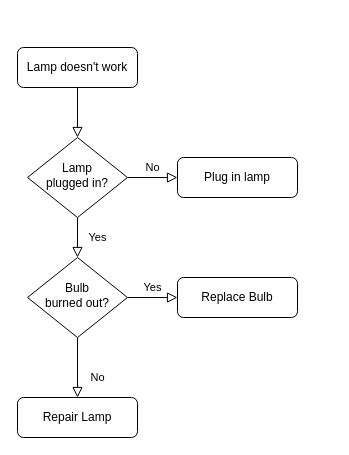
The draw.io diagram Untitled Diagram.drawio in Landau1994/learngit, before the edit. Source tidied: cells renumbered, new cells numbered last; positions are measured from the earlier drawing's top-left corner, leaving out a move shared by most shapes. Both pictures are drawn from the tidied source at 100%, with x=0, y=0 at pixel (17, 47).
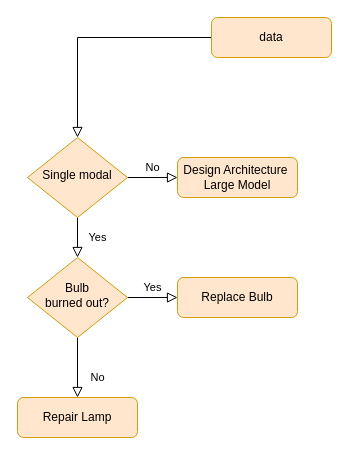
Above is the later version.

The edit, as a diff of the source:
```diff
@@
 <mxGraphModel>
   <root>
     <mxCell id="0" />
     <mxCell id="1" parent="0" />
     <mxCell id="2" style="rounded=0;html=1;jettySize=auto;fontSize=11;endArrow=block;endFill=0;endSize=8;strokeWidth=1;shadow=0;labelBackgroundColor=none;edgeStyle=orthogonalEdgeStyle;" parent="1" edge="1" source="3" target="6">
       <mxGeometry relative="1" as="geometry" />
     </mxCell>
-    <mxCell id="3" value="Lamp doesn't work" style="rounded=1;whiteSpace=wrap;html=1;fontSize=12;glass=0;strokeWidth=1;shadow=0;" parent="1" vertex="1">
-      <mxGeometry width="120" height="40" as="geometry" />
+    <mxCell id="3" value="data" style="rounded=1;whiteSpace=wrap;html=1;fontSize=12;glass=0;strokeWidth=1;shadow=0;fillColor=#ffe6cc;strokeColor=#d79b00;" parent="1" vertex="1">
+      <mxGeometry x="194" y="-30" width="120" height="40" as="geometry" />
     </mxCell>
     <mxCell id="4" value="Yes" style="rounded=0;html=1;jettySize=auto;fontSize=11;endArrow=block;endFill=0;endSize=8;strokeWidth=1;shadow=0;labelBackgroundColor=none;edgeStyle=orthogonalEdgeStyle;" parent="1" edge="1" source="6" target="10">
       <mxGeometry y="20" relative="1" as="geometry" />
     </mxCell>
     <mxCell id="5" value="No" style="edgeStyle=orthogonalEdgeStyle;rounded=0;html=1;jettySize=auto;fontSize=11;endArrow=block;endFill=0;endSize=8;strokeWidth=1;shadow=0;labelBackgroundColor=none;" parent="1" edge="1" source="6" target="7">
       <mxGeometry y="10" relative="1" as="geometry" />
     </mxCell>
-    <mxCell id="6" value="Lamp&lt;br&gt;plugged in?" style="rhombus;whiteSpace=wrap;html=1;shadow=0;fontFamily=Helvetica;fontSize=12;align=center;strokeWidth=1;spacing=6;spacingTop=-4;" parent="1" vertex="1">
+    <mxCell id="6" value="Single modal" style="rhombus;whiteSpace=wrap;html=1;shadow=0;fontFamily=Helvetica;fontSize=12;align=center;strokeWidth=1;spacing=6;spacingTop=-4;fillColor=#ffe6cc;strokeColor=#d79b00;" parent="1" vertex="1">
       <mxGeometry x="10" y="90" width="100" height="80" as="geometry" />
     </mxCell>
-    <mxCell id="7" value="Plug in lamp" style="rounded=1;whiteSpace=wrap;html=1;fontSize=12;glass=0;strokeWidth=1;shadow=0;" parent="1" vertex="1">
+    <mxCell id="7" value="Design Architecture&amp;nbsp;&lt;br&gt;Large Model" style="rounded=1;whiteSpace=wrap;html=1;fontSize=12;glass=0;strokeWidth=1;shadow=0;fillColor=#ffe6cc;strokeColor=#d79b00;" parent="1" vertex="1">
       <mxGeometry x="160" y="110" width="120" height="40" as="geometry" />
     </mxCell>
     <mxCell id="8" value="No" style="rounded=0;html=1;jettySize=auto;fontSize=11;endArrow=block;endFill=0;endSize=8;strokeWidth=1;shadow=0;labelBackgroundColor=none;edgeStyle=orthogonalEdgeStyle;" parent="1" edge="1" source="10" target="11">
       <mxGeometry x="0.33" y="20" relative="1" as="geometry" />
     </mxCell>
     <mxCell id="9" value="Yes" style="edgeStyle=orthogonalEdgeStyle;rounded=0;html=1;jettySize=auto;fontSize=11;endArrow=block;endFill=0;endSize=8;strokeWidth=1;shadow=0;labelBackgroundColor=none;" parent="1" edge="1" source="10" target="12">
       <mxGeometry y="10" relative="1" as="geometry" />
     </mxCell>
-    <mxCell id="10" value="Bulb&lt;br&gt;burned out?" style="rhombus;whiteSpace=wrap;html=1;shadow=0;fontFamily=Helvetica;fontSize=12;align=center;strokeWidth=1;spacing=6;spacingTop=-4;" parent="1" vertex="1">
+    <mxCell id="10" value="Bulb&lt;br&gt;burned out?" style="rhombus;whiteSpace=wrap;html=1;shadow=0;fontFamily=Helvetica;fontSize=12;align=center;strokeWidth=1;spacing=6;spacingTop=-4;fillColor=#ffe6cc;strokeColor=#d79b00;" parent="1" vertex="1">
       <mxGeometry x="10" y="210" width="100" height="80" as="geometry" />
     </mxCell>
-    <mxCell id="11" value="Repair Lamp" style="rounded=1;whiteSpace=wrap;html=1;fontSize=12;glass=0;strokeWidth=1;shadow=0;" parent="1" vertex="1">
+    <mxCell id="11" value="Repair Lamp" style="rounded=1;whiteSpace=wrap;html=1;fontSize=12;glass=0;strokeWidth=1;shadow=0;fillColor=#ffe6cc;strokeColor=#d79b00;" parent="1" vertex="1">
       <mxGeometry y="350" width="120" height="40" as="geometry" />
     </mxCell>
-    <mxCell id="12" value="Replace Bulb" style="rounded=1;whiteSpace=wrap;html=1;fontSize=12;glass=0;strokeWidth=1;shadow=0;" parent="1" vertex="1">
+    <mxCell id="12" value="Replace Bulb" style="rounded=1;whiteSpace=wrap;html=1;fontSize=12;glass=0;strokeWidth=1;shadow=0;fillColor=#ffe6cc;strokeColor=#d79b00;" parent="1" vertex="1">
       <mxGeometry x="160" y="230" width="120" height="40" as="geometry" />
     </mxCell>
   </root>
 </mxGraphModel>
```
